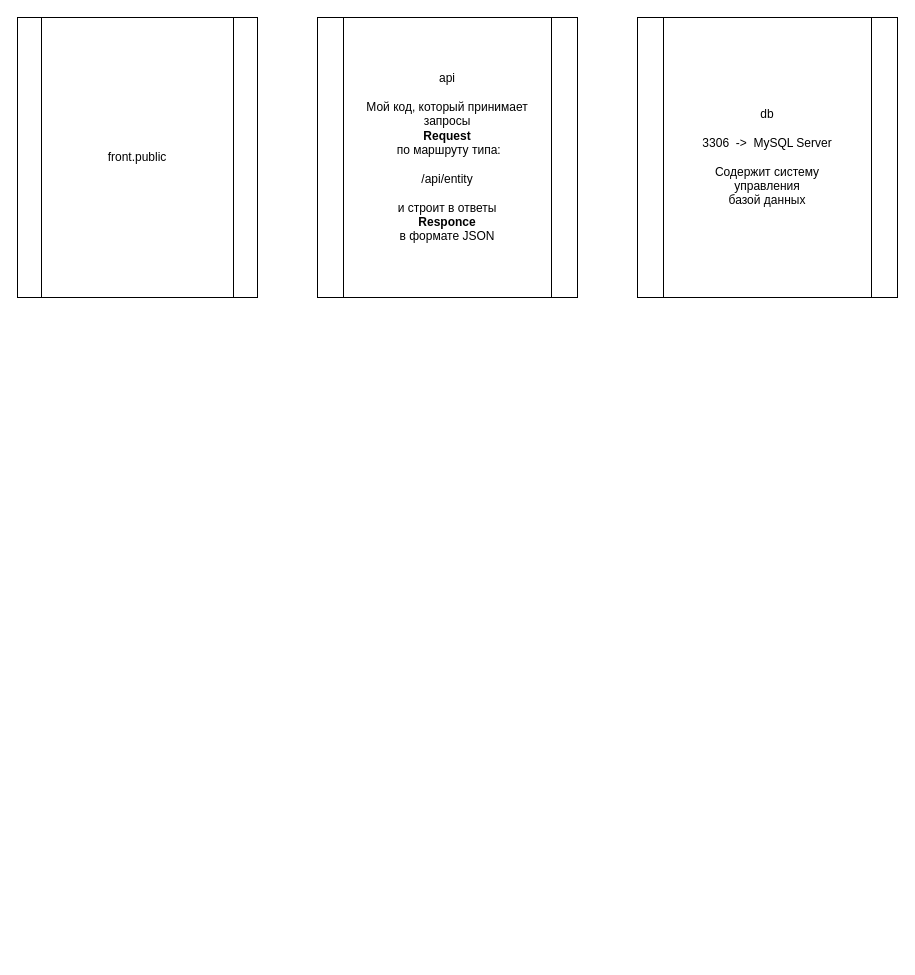
Earlier version of the draw.io diagram page "Page-3" (3 of 6) of Azure.drawio (ninydev/mpv111). Source tidied: cells renumbered, new cells numbered last; positions are measured from the earlier drawing's top-left corner, leaving out a move shared by most shapes. Both pictures are drawn from the tidied source at 100%, with x=0, y=0 at pixel (17, 17).
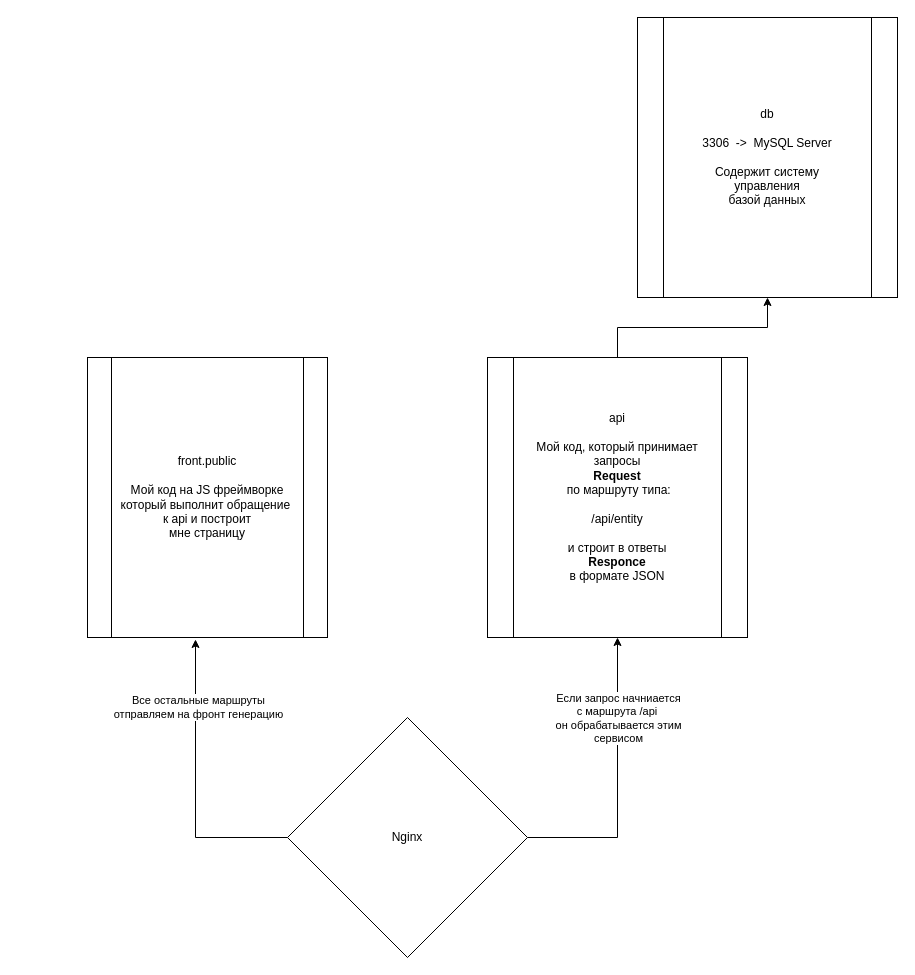
After the change.

What changed in the source:
```diff
@@
 <mxGraphModel>
   <root>
     <mxCell id="0" />
     <mxCell id="1" parent="0" />
     <mxCell id="2" value="db&lt;br&gt;&lt;br&gt;3306&amp;nbsp; -&amp;gt;&amp;nbsp; MySQL Server&lt;br&gt;&lt;br&gt;Содержит систему&lt;br&gt;управления&lt;br&gt;базой данных" style="shape=process;whiteSpace=wrap;html=1;backgroundOutline=1;" parent="1" vertex="1">
       <mxGeometry x="620" width="260" height="280" as="geometry" />
     </mxCell>
+    <mxCell id="5" style="edgeStyle=orthogonalEdgeStyle;rounded=0;jettySize=auto;html=1;" parent="1" edge="1" source="3" target="2">
+      <mxGeometry relative="1" as="geometry" />
+    </mxCell>
     <mxCell id="3" value="api&lt;br&gt;&lt;div&gt;&lt;br&gt;&lt;/div&gt;&lt;div&gt;Мой код, который принимает запросы&lt;br&gt;&lt;b&gt;Request&lt;/b&gt;&lt;br&gt;&amp;nbsp;по маршруту типа:&lt;br&gt;&lt;br&gt;/api/entity&lt;br&gt;&lt;br&gt;и строит в ответы&lt;br&gt;&lt;b&gt;Responce&lt;/b&gt;&lt;br&gt;в формате JSON&lt;/div&gt;" style="shape=process;whiteSpace=wrap;html=1;backgroundOutline=1;" parent="1" vertex="1">
-      <mxGeometry x="300" width="260" height="280" as="geometry" />
+      <mxGeometry x="470" y="340" width="260" height="280" as="geometry" />
     </mxCell>
-    <mxCell id="4" value="front.public" style="shape=process;whiteSpace=wrap;html=1;backgroundOutline=1;" parent="1" vertex="1">
-      <mxGeometry width="240" height="280" as="geometry" />
+    <mxCell id="4" value="front.public&lt;div&gt;&lt;br&gt;&lt;/div&gt;&lt;div&gt;Мой код на JS фреймворке&lt;/div&gt;&lt;div&gt;который выполнит обращение&amp;nbsp;&lt;/div&gt;&lt;div&gt;к api и построит&lt;/div&gt;&lt;div&gt;мне страницу&lt;/div&gt;" style="shape=process;whiteSpace=wrap;html=1;backgroundOutline=1;" parent="1" vertex="1">
+      <mxGeometry x="70" y="340" width="240" height="280" as="geometry" />
     </mxCell>
+    <mxCell id="6" style="edgeStyle=orthogonalEdgeStyle;rounded=0;jettySize=auto;html=1;entryX=0.5;entryY=1;entryDx=0;entryDy=0;" parent="1" edge="1" source="8" target="3">
+      <mxGeometry relative="1" as="geometry">
+        <Array as="points">
+          <mxPoint x="600" y="820" />
+        </Array>
+      </mxGeometry>
+    </mxCell>
+    <mxCell id="7" value="Если запрос начниается&lt;br&gt;с маршрута /api&amp;nbsp;&lt;br&gt;он обрабатывается этим&lt;br&gt;сервисом" style="edgeLabel;html=1;align=center;verticalAlign=middle;" parent="6" vertex="1">
+      <mxGeometry x="0.12" y="3" relative="1" as="geometry">
+        <mxPoint x="3" y="-48" as="offset" />
+      </mxGeometry>
+    </mxCell>
+    <mxCell id="8" value="Nginx" style="rhombus;whiteSpace=wrap;html=1;" parent="1" vertex="1">
+      <mxGeometry x="270" y="700" width="240" height="240" as="geometry" />
+    </mxCell>
+    <mxCell id="9" style="edgeStyle=orthogonalEdgeStyle;rounded=0;jettySize=auto;html=1;entryX=0.45;entryY=1.007;entryDx=0;entryDy=0;entryPerimeter=0;" parent="1" edge="1" source="8" target="4">
+      <mxGeometry relative="1" as="geometry">
+        <Array as="points">
+          <mxPoint x="178" y="820" />
+        </Array>
+      </mxGeometry>
+    </mxCell>
+    <mxCell id="10" value="Все остальные маршруты&lt;br&gt;отправляем на фронт генерацию" style="edgeLabel;html=1;align=center;verticalAlign=middle;" parent="9" vertex="1">
+      <mxGeometry x="0.06" y="1" relative="1" as="geometry">
+        <mxPoint x="3" y="-69" as="offset" />
+      </mxGeometry>
+    </mxCell>
   </root>
 </mxGraphModel>
```
